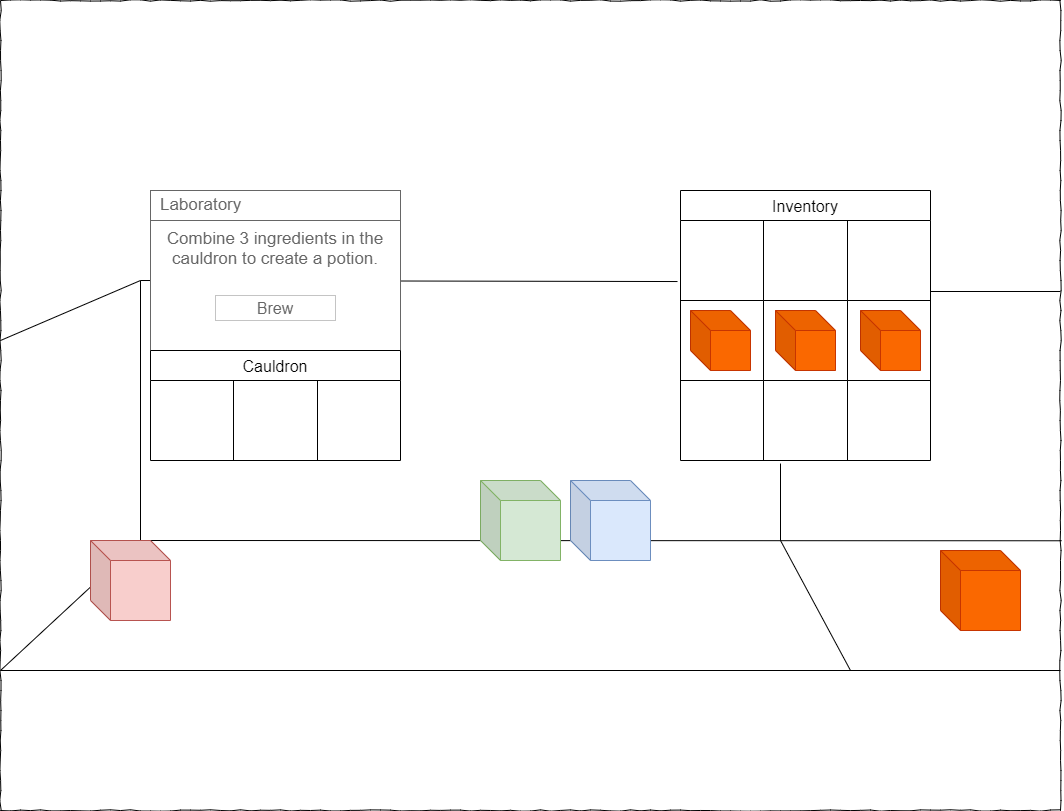
This is Diagrams/Laboratory.drawio.png from ZoraJayKay/User-Interface-Programming-Assessment-2, a draw.io export, as it was before one commit. Source tidied: cells renumbered, new cells last; positions are measured from the earlier drawing's top-left corner, leaving out a move shared by most shapes.
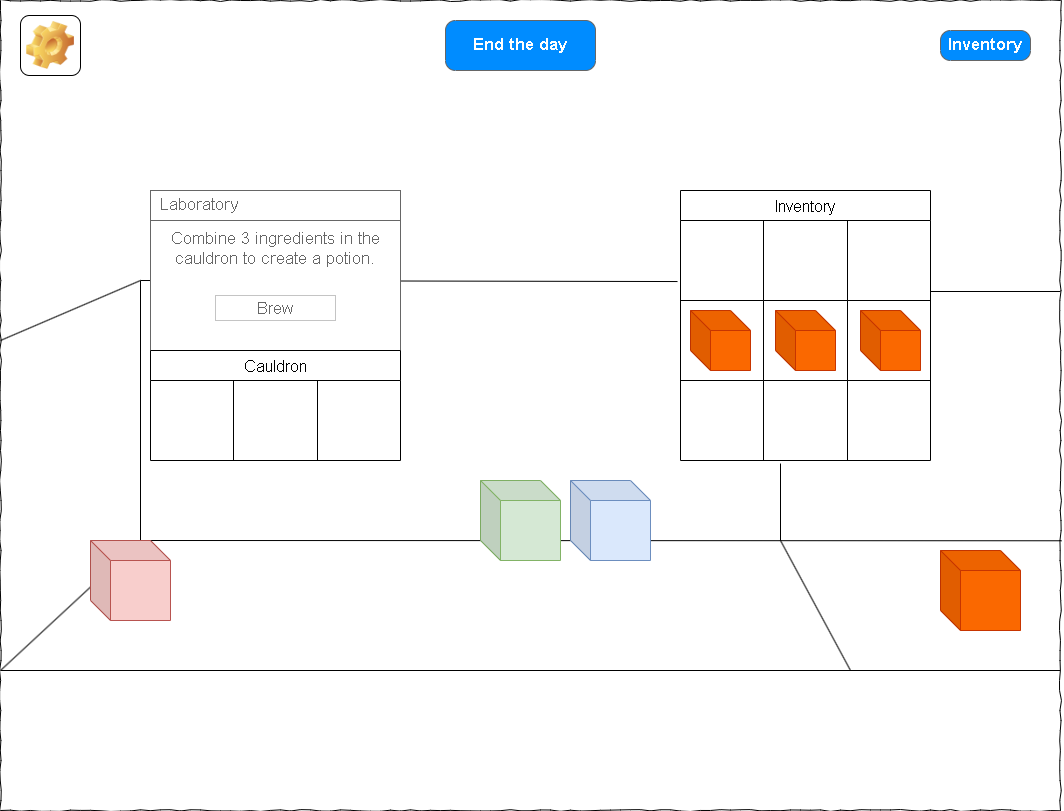
Above is the later version.

Change to the diagram source:
```diff
@@ -141,5 +141,14 @@
     <mxCell id="39" style="shape=cube;whiteSpace=wrap;html=1;boundedLbl=1;backgroundOutline=1;darkOpacity=0.05;darkOpacity2=0.1;fillColor=#fa6800;strokeColor=#C73500;fontColor=#000000;" parent="1" vertex="1">
       <mxGeometry x="690" y="310" width="60" height="60" as="geometry" />
     </mxCell>
+    <mxCell id="40" value="End the day" style="strokeWidth=1;shadow=0;dashed=0;align=center;html=1;shape=mxgraph.mockup.buttons.button;strokeColor=#666666;fontColor=#ffffff;mainText=;buttonStyle=round;fontSize=17;fontStyle=1;fillColor=#008cff;whiteSpace=wrap;" parent="1" vertex="1">
+      <mxGeometry x="445" y="20" width="150" height="50" as="geometry" />
+    </mxCell>
+    <mxCell id="41" style="icon;html=1;image=img/clipart/Gear_128x128.png;fontSize=13;" parent="1" vertex="1">
+      <mxGeometry x="20" y="15" width="60" height="60" as="geometry" />
+    </mxCell>
+    <mxCell id="42" value="Inventory" style="strokeWidth=1;shadow=0;dashed=0;align=center;html=1;shape=mxgraph.mockup.buttons.button;strokeColor=#666666;fontColor=#ffffff;mainText=;buttonStyle=round;fontSize=17;fontStyle=1;fillColor=#008cff;whiteSpace=wrap;" parent="1" vertex="1">
+      <mxGeometry x="940" y="30" width="90" height="30" as="geometry" />
+    </mxCell>
   </root>
 </mxGraphModel>
```
